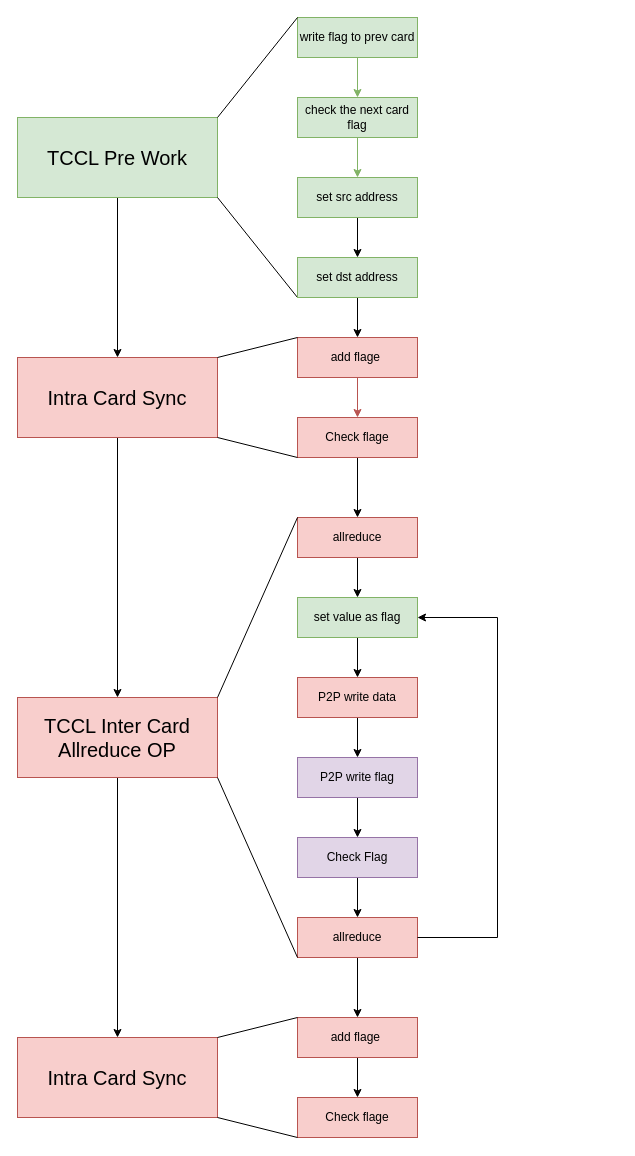
This is TCCL/TCCL_SYNC/TCCLAX_allreduce.drawio from BEYHHH/SBLP, a draw.io file, before an edit. Source tidied: cells renumbered, new cells numbered last; positions are measured from the earlier drawing's top-left corner, leaving out a move shared by most shapes. Both pictures are drawn from the tidied source at 100%, with x=0, y=0 at pixel (17, 17).
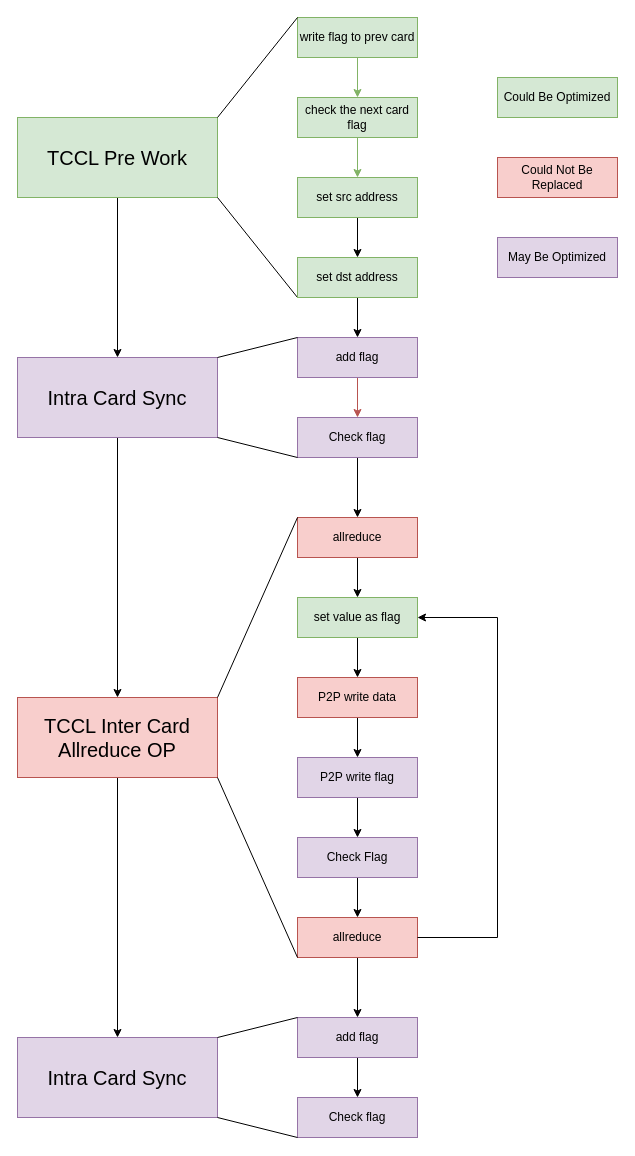
The same page after the edit.

Diff of the diagram source:
```diff
@@
-    <mxCell id="3" value="&lt;font style=&quot;font-size: 20px;&quot;&gt;Intra Card Sync&lt;/font&gt;" style="rounded=0;whiteSpace=wrap;html=1;fillColor=#f8cecc;strokeColor=#b85450;" parent="1" vertex="1">
+    <mxCell id="3" value="&lt;font style=&quot;font-size: 20px;&quot;&gt;Intra Card Sync&lt;/font&gt;" style="rounded=0;whiteSpace=wrap;html=1;fillColor=#e1d5e7;strokeColor=#9673a6;" parent="1" vertex="1">
       <mxGeometry y="340" width="200" height="80" as="geometry" />
     </mxCell>
@@
-    <mxCell id="6" value="&lt;font style=&quot;font-size: 20px;&quot;&gt;Intra Card Sync&lt;br&gt;&lt;/font&gt;" style="rounded=0;whiteSpace=wrap;html=1;fillColor=#f8cecc;strokeColor=#b85450;" parent="1" vertex="1">
+    <mxCell id="6" value="&lt;font style=&quot;font-size: 20px;&quot;&gt;Intra Card Sync&lt;br&gt;&lt;/font&gt;" style="rounded=0;whiteSpace=wrap;html=1;fillColor=#e1d5e7;strokeColor=#9673a6;" parent="1" vertex="1">
       <mxGeometry y="1020" width="200" height="80" as="geometry" />
     </mxCell>
@@
-    <mxCell id="12" value="add flage&amp;nbsp;" style="rounded=0;whiteSpace=wrap;html=1;fillColor=#f8cecc;strokeColor=#b85450;" parent="1" vertex="1">
+    <mxCell id="12" value="add flag" style="rounded=0;whiteSpace=wrap;html=1;fillColor=#e1d5e7;strokeColor=#9673a6;" parent="1" vertex="1">
       <mxGeometry x="280" y="320" width="120" height="40" as="geometry" />
     </mxCell>
@@
-    <mxCell id="14" value="Check flage" style="rounded=0;whiteSpace=wrap;html=1;fillColor=#f8cecc;strokeColor=#b85450;" parent="1" vertex="1">
+    <mxCell id="14" value="Check flag" style="rounded=0;whiteSpace=wrap;html=1;fillColor=#e1d5e7;strokeColor=#9673a6;" parent="1" vertex="1">
       <mxGeometry x="280" y="400" width="120" height="40" as="geometry" />
     </mxCell>
@@
-    <mxCell id="37" value="add flage&amp;nbsp;" style="rounded=0;whiteSpace=wrap;html=1;fillColor=#f8cecc;strokeColor=#b85450;" parent="1" vertex="1">
+    <mxCell id="37" value="add flag" style="rounded=0;whiteSpace=wrap;html=1;fillColor=#e1d5e7;strokeColor=#9673a6;" parent="1" vertex="1">
       <mxGeometry x="280" y="1000" width="120" height="40" as="geometry" />
     </mxCell>
-    <mxCell id="38" value="Check flage" style="rounded=0;whiteSpace=wrap;html=1;fillColor=#f8cecc;strokeColor=#b85450;" parent="1" vertex="1">
+    <mxCell id="38" value="Check flag" style="rounded=0;whiteSpace=wrap;html=1;fillColor=#e1d5e7;strokeColor=#9673a6;" parent="1" vertex="1">
       <mxGeometry x="280" y="1080" width="120" height="40" as="geometry" />
     </mxCell>
@@
+    <mxCell id="45" value="Could Be Optimized" style="rounded=0;whiteSpace=wrap;html=1;fillColor=#d5e8d4;strokeColor=#82b366;" parent="1" vertex="1">
+      <mxGeometry x="480" y="60" width="120" height="40" as="geometry" />
+    </mxCell>
+    <mxCell id="46" value="Could Not Be Replaced" style="rounded=0;whiteSpace=wrap;html=1;fillColor=#f8cecc;strokeColor=#b85450;" parent="1" vertex="1">
+      <mxGeometry x="480" y="140" width="120" height="40" as="geometry" />
+    </mxCell>
+    <mxCell id="47" value="May Be Optimized" style="rounded=0;whiteSpace=wrap;html=1;fillColor=#e1d5e7;strokeColor=#9673a6;" parent="1" vertex="1">
+      <mxGeometry x="480" y="220" width="120" height="40" as="geometry" />
+    </mxCell>
```
